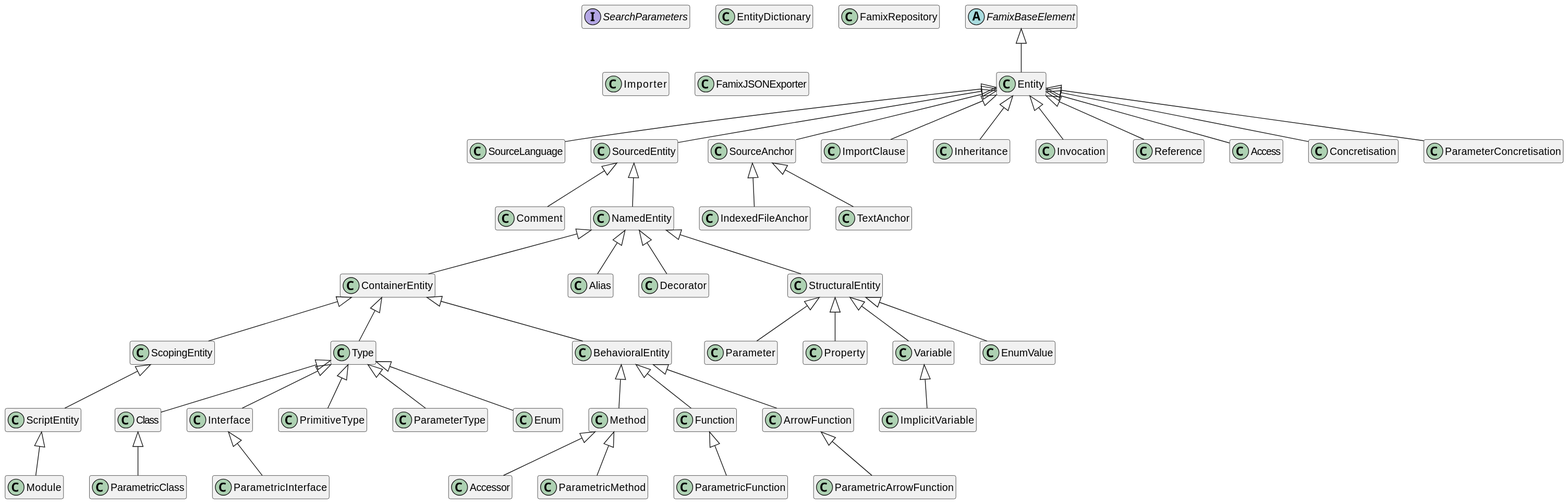
Above: doc-uml/famix-typescript-model.svg in fuhrmanator/FamixTypeScriptImporter (PlantUML), before the change.
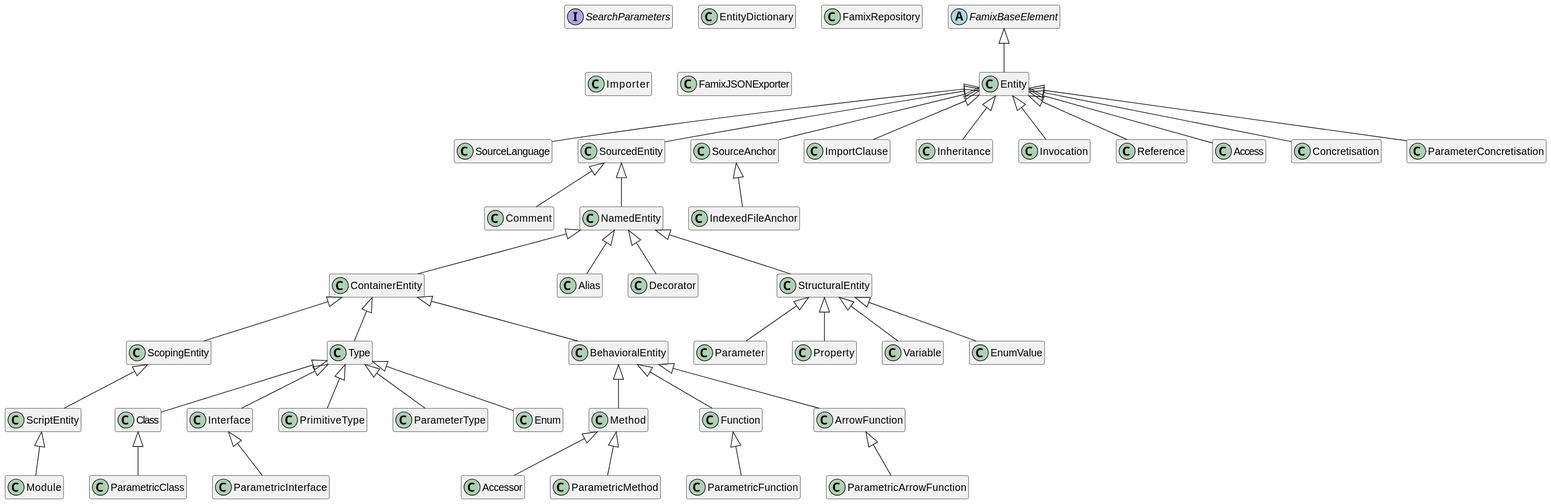
After the change.

The edit, as a diff of the source:
```diff
@@ -474,24 +474,7 @@
     +getJSON(): string
     +addPropertiesToExporter(exporter: FamixJSONExporter): void
 }
-class ImplicitVariable extends Variable {
-    +getJSON(): string
-    +addPropertiesToExporter(exporter: FamixJSONExporter): void
-}
 class IndexedFileAnchor extends SourceAnchor {
-    -startPos: number
-    +getStartPos(): number
-    +setStartPos(startPos: number): void
-    -endPos: number
-    +getEndPos(): number
-    +setEndPos(endPos: number): void
-    -fileName: string
-    +getFileName(): string
-    +setFileName(fileName: string): void
-    +getJSON(): string
-    +addPropertiesToExporter(exporter: FamixJSONExporter): void
-}
-class TextAnchor extends SourceAnchor {
     -startPos: number
     +getStartPos(): number
     +setStartPos(startPos: number): void
```
